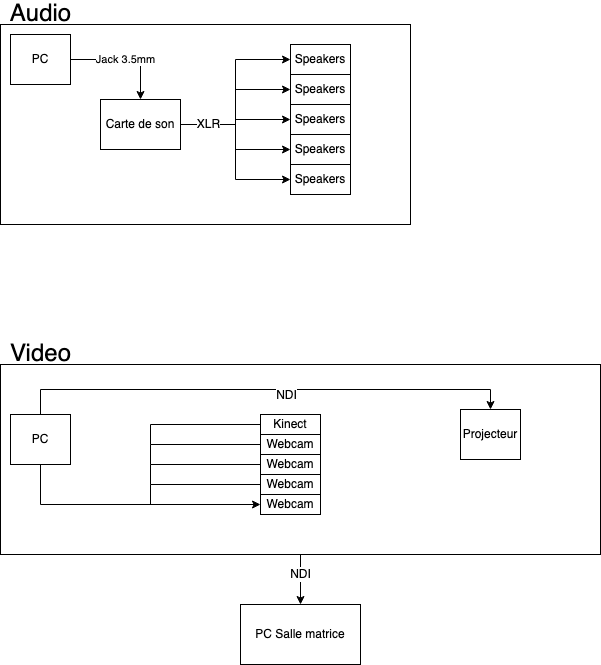
Blobduckies/Chronaufrage keeps this draw.io diagram as docs/preproduction/medias/Schema_branchement.png. Above is the earlier version. Source tidied: cells renumbered, new cells last; positions are measured from the earlier drawing's top-left corner, leaving out a move shared by most shapes.
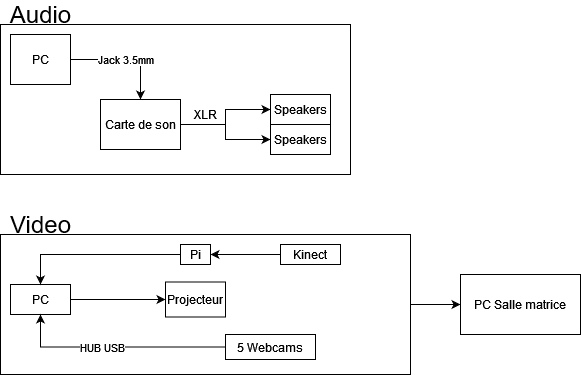
Later version of the same file.

What changed in the source:
```diff
@@ -3,7 +3,7 @@
     <mxCell id="0" />
     <mxCell id="1" parent="0" />
     <mxCell id="2" style="rounded=0;whiteSpace=wrap;html=1;" parent="1" vertex="1">
-      <mxGeometry y="20" width="410" height="200" as="geometry" />
+      <mxGeometry y="20" width="350" height="150" as="geometry" />
     </mxCell>
     <mxCell id="3" value="Jack 3.5mm" style="edgeStyle=orthogonalEdgeStyle;rounded=0;jettySize=auto;html=1;exitX=1;exitY=0.5;exitDx=0;exitDy=0;" parent="1" edge="1" source="4" target="11">
       <mxGeometry relative="1" as="geometry" />
@@ -11,114 +11,68 @@
     <mxCell id="4" value="PC" style="rounded=0;whiteSpace=wrap;html=1;" parent="1" vertex="1">
       <mxGeometry x="10" y="30" width="60" height="50" as="geometry" />
     </mxCell>
-    <mxCell id="5" style="edgeStyle=orthogonalEdgeStyle;rounded=0;jettySize=auto;html=1;exitX=1;exitY=0.5;exitDx=0;exitDy=0;entryX=0;entryY=0.5;entryDx=0;entryDy=0;fontSize=12;" parent="1" edge="1" source="11" target="13">
-      <mxGeometry relative="1" as="geometry" />
-    </mxCell>
-    <mxCell id="6" style="edgeStyle=orthogonalEdgeStyle;rounded=0;jettySize=auto;html=1;exitX=1;exitY=0.5;exitDx=0;exitDy=0;entryX=0;entryY=0.5;entryDx=0;entryDy=0;fontSize=12;" parent="1" edge="1" source="11" target="34">
-      <mxGeometry relative="1" as="geometry" />
-    </mxCell>
     <mxCell id="7" style="edgeStyle=orthogonalEdgeStyle;rounded=0;jettySize=auto;html=1;exitX=1;exitY=0.5;exitDx=0;exitDy=0;entryX=0;entryY=0.5;entryDx=0;entryDy=0;fontSize=12;" parent="1" edge="1" source="11" target="35">
       <mxGeometry relative="1" as="geometry" />
     </mxCell>
     <mxCell id="8" style="edgeStyle=orthogonalEdgeStyle;rounded=0;jettySize=auto;html=1;exitX=1;exitY=0.5;exitDx=0;exitDy=0;entryX=0;entryY=0.5;entryDx=0;entryDy=0;fontSize=12;" parent="1" edge="1" source="11" target="33">
       <mxGeometry relative="1" as="geometry" />
     </mxCell>
-    <mxCell id="9" style="edgeStyle=orthogonalEdgeStyle;rounded=0;jettySize=auto;html=1;exitX=1;exitY=0.5;exitDx=0;exitDy=0;entryX=0;entryY=0.5;entryDx=0;entryDy=0;fontSize=12;strokeColor=default;" parent="1" edge="1" source="11" target="36">
-      <mxGeometry relative="1" as="geometry">
-        <Array as="points">
-          <mxPoint x="235" y="120" />
-          <mxPoint x="235" y="55" />
-        </Array>
-      </mxGeometry>
-    </mxCell>
-    <mxCell id="10" value="XLR" style="edgeLabel;html=1;align=center;verticalAlign=middle;fontSize=12;" parent="9" vertex="1">
-      <mxGeometry x="-0.69" y="1" relative="1" as="geometry" />
-    </mxCell>
     <mxCell id="11" value="Carte de son" style="rounded=0;whiteSpace=wrap;html=1;" parent="1" vertex="1">
       <mxGeometry x="100" y="95" width="80" height="50" as="geometry" />
     </mxCell>
     <mxCell id="12" value="&lt;font style=&quot;font-size: 24px&quot;&gt;Audio&lt;/font&gt;" style="text;html=1;align=center;verticalAlign=middle;strokeColor=none;fillColor=none;" parent="1" vertex="1">
       <mxGeometry width="80" height="20" as="geometry" />
     </mxCell>
-    <mxCell id="13" value="Speakers" style="rounded=0;whiteSpace=wrap;html=1;" parent="1" vertex="1">
-      <mxGeometry x="290" y="70" width="60" height="30" as="geometry" />
-    </mxCell>
-    <mxCell id="14" style="edgeStyle=orthogonalEdgeStyle;rounded=0;jettySize=auto;html=1;exitX=0.5;exitY=1;exitDx=0;exitDy=0;entryX=0.5;entryY=0;entryDx=0;entryDy=0;fontSize=12;endArrow=classic;endFill=1;" parent="1" edge="1" source="16" target="32">
+    <mxCell id="14" style="edgeStyle=orthogonalEdgeStyle;rounded=0;jettySize=auto;html=1;exitX=1;exitY=0.5;exitDx=0;exitDy=0;entryX=0;entryY=0.5;entryDx=0;entryDy=0;" parent="1" edge="1" source="16" target="32">
       <mxGeometry relative="1" as="geometry" />
     </mxCell>
-    <mxCell id="15" value="NDI" style="edgeLabel;html=1;align=center;verticalAlign=middle;fontSize=12;" parent="14" vertex="1">
-      <mxGeometry x="-0.24" y="-1" relative="1" as="geometry" />
-    </mxCell>
     <mxCell id="16" style="rounded=0;whiteSpace=wrap;html=1;" parent="1" vertex="1">
-      <mxGeometry y="360" width="600" height="190" as="geometry" />
+      <mxGeometry y="230" width="410" height="140" as="geometry" />
     </mxCell>
-    <mxCell id="17" style="edgeStyle=orthogonalEdgeStyle;rounded=0;jettySize=auto;html=1;exitX=0.5;exitY=0;exitDx=0;exitDy=0;entryX=0.5;entryY=0;entryDx=0;entryDy=0;fontSize=24;" parent="1" edge="1" source="20" target="31">
+    <mxCell id="17" style="edgeStyle=orthogonalEdgeStyle;rounded=0;jettySize=auto;html=1;exitX=1;exitY=0.5;exitDx=0;exitDy=0;entryX=0;entryY=0.5;entryDx=0;entryDy=0;" parent="1" edge="1" source="20" target="31">
       <mxGeometry relative="1" as="geometry" />
     </mxCell>
-    <mxCell id="18" value="&lt;font style=&quot;font-size: 12px&quot;&gt;NDI&lt;/font&gt;" style="edgeLabel;html=1;align=center;verticalAlign=middle;fontSize=24;" parent="17" vertex="1">
-      <mxGeometry x="0.09" y="-2" relative="1" as="geometry" />
-    </mxCell>
-    <mxCell id="19" style="edgeStyle=orthogonalEdgeStyle;rounded=0;jettySize=auto;html=1;exitX=0.5;exitY=1;exitDx=0;exitDy=0;entryX=0;entryY=0.5;entryDx=0;entryDy=0;fontSize=12;strokeColor=default;" parent="1" edge="1" source="20" target="30">
-      <mxGeometry relative="1" as="geometry" />
-    </mxCell>
     <mxCell id="20" value="PC" style="rounded=0;whiteSpace=wrap;html=1;" parent="1" vertex="1">
-      <mxGeometry x="10" y="410" width="60" height="50" as="geometry" />
+      <mxGeometry x="10" y="280" width="60" height="30" as="geometry" />
     </mxCell>
     <mxCell id="21" value="&lt;div style=&quot;font-size: 24px&quot;&gt;&lt;font style=&quot;font-size: 24px&quot;&gt;Video&lt;/font&gt;&lt;/div&gt;" style="text;html=1;align=center;verticalAlign=middle;strokeColor=none;fillColor=none;" parent="1" vertex="1">
-      <mxGeometry y="340" width="80" height="20" as="geometry" />
+      <mxGeometry y="210" width="80" height="20" as="geometry" />
     </mxCell>
-    <mxCell id="22" style="edgeStyle=orthogonalEdgeStyle;rounded=0;jettySize=auto;html=1;exitX=0;exitY=0.5;exitDx=0;exitDy=0;fontSize=12;endArrow=none;endFill=0;" parent="1" edge="1" source="23">
-      <mxGeometry relative="1" as="geometry">
-        <mxPoint x="150" y="440" as="targetPoint" />
-      </mxGeometry>
-    </mxCell>
+    <mxCell id="37" style="edgeStyle=orthogonalEdgeStyle;rounded=0;jettySize=auto;html=1;exitX=0;exitY=0.5;exitDx=0;exitDy=0;entryX=1;entryY=0.5;entryDx=0;entryDy=0;" parent="1" edge="1" source="23" target="41">
+      <mxGeometry relative="1" as="geometry" />
+    </mxCell>
     <mxCell id="23" value="&lt;div&gt;Kinect&lt;/div&gt;" style="rounded=0;whiteSpace=wrap;html=1;" parent="1" vertex="1">
-      <mxGeometry x="260" y="410" width="60" height="20" as="geometry" />
+      <mxGeometry x="280" y="240" width="60" height="20" as="geometry" />
     </mxCell>
-    <mxCell id="24" style="edgeStyle=orthogonalEdgeStyle;rounded=0;jettySize=auto;html=1;exitX=0;exitY=0.5;exitDx=0;exitDy=0;fontSize=12;endArrow=none;endFill=0;" parent="1" edge="1" source="25">
-      <mxGeometry relative="1" as="geometry">
-        <mxPoint x="150" y="460" as="targetPoint" />
-      </mxGeometry>
-    </mxCell>
+    <mxCell id="38" style="edgeStyle=orthogonalEdgeStyle;rounded=0;jettySize=auto;html=1;exitX=0;exitY=0.5;exitDx=0;exitDy=0;entryX=0.5;entryY=1;entryDx=0;entryDy=0;" parent="1" edge="1" source="25" target="20">
+      <mxGeometry relative="1" as="geometry" />
+    </mxCell>
+    <mxCell id="39" value="HUB USB" style="edgeLabel;html=1;align=center;verticalAlign=middle;" parent="38" vertex="1">
+      <mxGeometry x="0.14" relative="1" as="geometry" />
+    </mxCell>
-    <mxCell id="25" value="Webcam" style="rounded=0;whiteSpace=wrap;html=1;" parent="1" vertex="1">
-      <mxGeometry x="260" y="430" width="60" height="20" as="geometry" />
+    <mxCell id="25" value="5 Webcams" style="rounded=0;whiteSpace=wrap;html=1;" parent="1" vertex="1">
+      <mxGeometry x="225" y="330" width="90" height="25" as="geometry" />
     </mxCell>
-    <mxCell id="26" style="edgeStyle=orthogonalEdgeStyle;rounded=0;jettySize=auto;html=1;exitX=0;exitY=0.5;exitDx=0;exitDy=0;fontSize=12;endArrow=none;endFill=0;" parent="1" edge="1" source="27">
-      <mxGeometry relative="1" as="geometry">
-        <mxPoint x="150" y="480" as="targetPoint" />
-      </mxGeometry>
-    </mxCell>
-    <mxCell id="27" value="Webcam" style="rounded=0;whiteSpace=wrap;html=1;" parent="1" vertex="1">
-      <mxGeometry x="260" y="450" width="60" height="20" as="geometry" />
-    </mxCell>
-    <mxCell id="28" style="edgeStyle=orthogonalEdgeStyle;rounded=0;jettySize=auto;html=1;exitX=0;exitY=0.5;exitDx=0;exitDy=0;fontSize=12;endArrow=none;endFill=0;" parent="1" edge="1" source="29">
-      <mxGeometry relative="1" as="geometry">
-        <mxPoint x="150" y="500" as="targetPoint" />
-      </mxGeometry>
-    </mxCell>
-    <mxCell id="29" value="Webcam" style="rounded=0;whiteSpace=wrap;html=1;" parent="1" vertex="1">
-      <mxGeometry x="260" y="470" width="60" height="20" as="geometry" />
-    </mxCell>
-    <mxCell id="30" value="Webcam" style="rounded=0;whiteSpace=wrap;html=1;" parent="1" vertex="1">
-      <mxGeometry x="260" y="490" width="60" height="20" as="geometry" />
-    </mxCell>
     <mxCell id="31" value="&lt;div&gt;Projecteur&lt;/div&gt;" style="rounded=0;whiteSpace=wrap;html=1;" parent="1" vertex="1">
-      <mxGeometry x="460" y="405" width="60" height="50" as="geometry" />
+      <mxGeometry x="165" y="277.5" width="60" height="35" as="geometry" />
     </mxCell>
     <mxCell id="32" value="&lt;div&gt;PC Salle matrice&lt;/div&gt;" style="whiteSpace=wrap;html=1;fontSize=12;" parent="1" vertex="1">
-      <mxGeometry x="240" y="600" width="120" height="60" as="geometry" />
+      <mxGeometry x="460" y="270" width="120" height="60" as="geometry" />
     </mxCell>
     <mxCell id="33" value="Speakers" style="rounded=0;whiteSpace=wrap;html=1;" parent="1" vertex="1">
-      <mxGeometry x="290" y="160" width="60" height="30" as="geometry" />
+      <mxGeometry x="270" y="120" width="60" height="30" as="geometry" />
     </mxCell>
-    <mxCell id="34" value="Speakers" style="rounded=0;whiteSpace=wrap;html=1;" parent="1" vertex="1">
-      <mxGeometry x="290" y="100" width="60" height="30" as="geometry" />
-    </mxCell>
     <mxCell id="35" value="Speakers" style="rounded=0;whiteSpace=wrap;html=1;" parent="1" vertex="1">
-      <mxGeometry x="290" y="130" width="60" height="30" as="geometry" />
+      <mxGeometry x="270" y="90" width="60" height="30" as="geometry" />
     </mxCell>
-    <mxCell id="36" value="Speakers" style="rounded=0;whiteSpace=wrap;html=1;" parent="1" vertex="1">
-      <mxGeometry x="290" y="40" width="60" height="30" as="geometry" />
-    </mxCell>
+    <mxCell id="10" value="XLR" style="text;html=1;strokeColor=none;fillColor=none;align=center;verticalAlign=middle;whiteSpace=wrap;rounded=0;" parent="1" vertex="1">
+      <mxGeometry x="187.5" y="95" width="35" height="30" as="geometry" />
+    </mxCell>
+    <mxCell id="40" style="edgeStyle=orthogonalEdgeStyle;rounded=0;jettySize=auto;html=1;exitX=0;exitY=0.5;exitDx=0;exitDy=0;entryX=0.5;entryY=0;entryDx=0;entryDy=0;" parent="1" edge="1" source="41" target="20">
+      <mxGeometry relative="1" as="geometry" />
+    </mxCell>
+    <mxCell id="41" value="Pi" style="rounded=0;whiteSpace=wrap;html=1;" parent="1" vertex="1">
+      <mxGeometry x="180" y="240" width="30" height="20" as="geometry" />
+    </mxCell>
   </root>
 </mxGraphModel>
```
